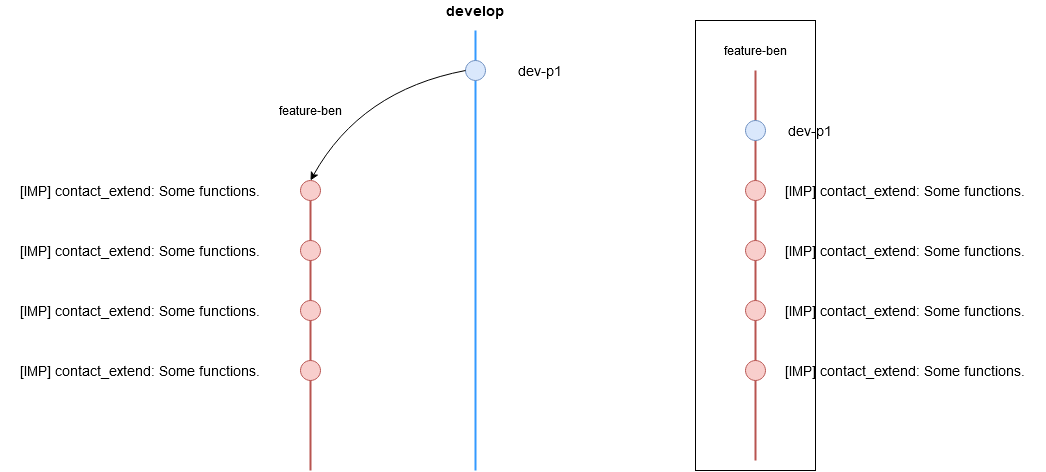
Before: gitBranchModel/createPersonalBranch.png, a diagram exported from draw.io (alreadytakenn/images). Source tidied: cells renumbered, new cells last; positions are measured from the earlier drawing's top-left corner, leaving out a move shared by most shapes.
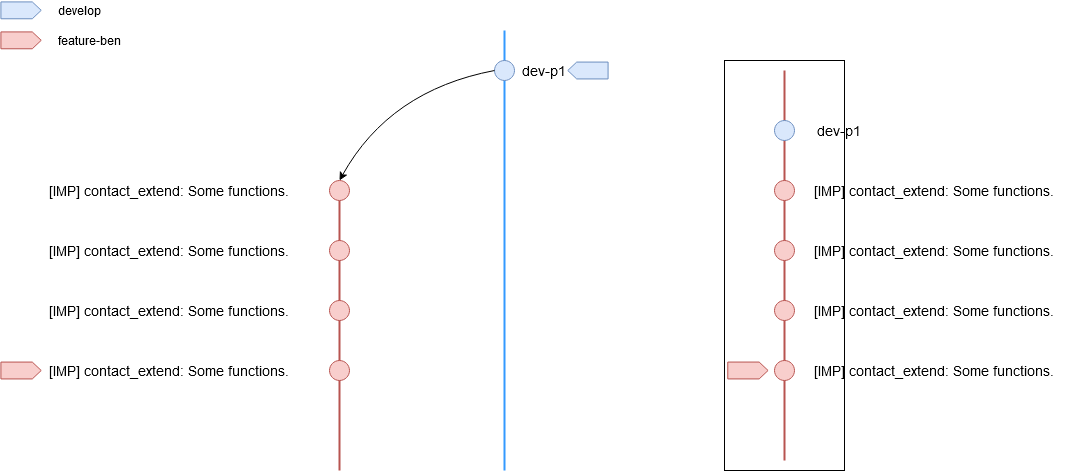
The same diagram one commit later.

What changed in the source:
```diff
@@ -3,7 +3,7 @@
     <mxCell id="0" style="html=1;" />
     <mxCell id="1" style="html=1;" parent="0" />
     <mxCell id="2" style="rounded=0;whiteSpace=wrap;html=1;fillColor=none;" parent="1" vertex="1">
-      <mxGeometry x="695" y="20" width="120" height="450" as="geometry" />
+      <mxGeometry x="695" y="60" width="120" height="410" as="geometry" />
     </mxCell>
     <mxCell id="3" style="line;strokeWidth=2;direction=south;html=1;strokeColor=#3399FF;" parent="1" vertex="1">
       <mxGeometry x="470" y="30" width="10" height="440" as="geometry" />
@@ -36,11 +36,8 @@
         </Array>
       </mxGeometry>
     </mxCell>
-    <mxCell id="12" value="&lt;div&gt;develop&lt;/div&gt;" style="text;html=1;strokeColor=none;fillColor=none;align=center;verticalAlign=middle;whiteSpace=wrap;rounded=0;fontStyle=1;fontSize=14;" parent="1" vertex="1">
-      <mxGeometry x="455" width="40" height="20" as="geometry" />
-    </mxCell>
     <mxCell id="13" value="dev-p1" style="text;html=1;strokeColor=none;fillColor=none;align=center;verticalAlign=middle;whiteSpace=wrap;rounded=0;fontSize=14;" parent="1" vertex="1">
-      <mxGeometry x="510" y="60" width="60" height="20" as="geometry" />
+      <mxGeometry x="485" y="60" width="60" height="20" as="geometry" />
     </mxCell>
     <mxCell id="14" value="[IMP] contact_extend: Some functions." style="text;html=1;strokeColor=none;fillColor=none;align=center;verticalAlign=middle;whiteSpace=wrap;rounded=0;fontSize=14;" parent="1" vertex="1">
       <mxGeometry y="180" width="280" height="20" as="geometry" />
@@ -54,9 +51,6 @@
     <mxCell id="17" value="[IMP] contact_extend: Some functions." style="text;html=1;strokeColor=none;fillColor=none;align=center;verticalAlign=middle;whiteSpace=wrap;rounded=0;fontSize=14;" parent="1" vertex="1">
       <mxGeometry y="360" width="280" height="20" as="geometry" />
     </mxCell>
-    <mxCell id="18" value="&lt;div&gt;feature-ben&lt;/div&gt;" style="text;html=1;strokeColor=none;fillColor=none;align=center;verticalAlign=middle;whiteSpace=wrap;rounded=0;" parent="1" vertex="1">
-      <mxGeometry x="265" y="100" width="90" height="20" as="geometry" />
-    </mxCell>
     <mxCell id="19" style="ellipse;whiteSpace=wrap;html=1;fillColor=#f8cecc;strokeColor=#b85450;" parent="1" vertex="1">
       <mxGeometry x="745" y="360" width="20" height="20" as="geometry" />
     </mxCell>
@@ -72,9 +66,6 @@
     <mxCell id="23" style="ellipse;whiteSpace=wrap;html=1;fillColor=#dae8fc;strokeColor=#6c8ebf;" parent="1" vertex="1">
       <mxGeometry x="745" y="120" width="20" height="20" as="geometry" />
     </mxCell>
-    <mxCell id="24" value="&lt;div&gt;feature-ben&lt;/div&gt;" style="text;html=1;strokeColor=none;fillColor=none;align=center;verticalAlign=middle;whiteSpace=wrap;rounded=0;" parent="1" vertex="1">
-      <mxGeometry x="710" y="40" width="90" height="20" as="geometry" />
-    </mxCell>
     <mxCell id="25" value="dev-p1" style="text;html=1;strokeColor=none;fillColor=none;align=center;verticalAlign=middle;whiteSpace=wrap;rounded=0;fontSize=14;" parent="1" vertex="1">
       <mxGeometry x="780" y="120" width="60" height="20" as="geometry" />
     </mxCell>
@@ -90,5 +81,26 @@
     <mxCell id="29" value="[IMP] contact_extend: Some functions." style="text;html=1;strokeColor=none;fillColor=none;align=center;verticalAlign=middle;whiteSpace=wrap;rounded=0;fontSize=14;" parent="1" vertex="1">
       <mxGeometry x="765" y="300" width="280" height="20" as="geometry" />
     </mxCell>
+    <mxCell id="30" style="shape=offPageConnector;whiteSpace=wrap;html=1;fillColor=#f8cecc;rotation=-90;size=0.22148571428571553;strokeColor=#b85450;" parent="1" vertex="1">
+      <mxGeometry x="-16.9" y="349.8" width="16.9" height="40.3" as="geometry" />
+    </mxCell>
+    <mxCell id="31" style="shape=offPageConnector;whiteSpace=wrap;html=1;fillColor=#dae8fc;rotation=90;size=0.22148571428571553;strokeColor=#6c8ebf;" parent="1" vertex="1">
+      <mxGeometry x="550" y="49.8" width="16.9" height="40.3" as="geometry" />
+    </mxCell>
+    <mxCell id="32" style="shape=offPageConnector;whiteSpace=wrap;html=1;fillColor=#f8cecc;rotation=-90;size=0.22148571428571553;strokeColor=#b85450;" parent="1" vertex="1">
+      <mxGeometry x="-16.9" y="19.7" width="16.9" height="40.3" as="geometry" />
+    </mxCell>
+    <mxCell id="33" style="shape=offPageConnector;whiteSpace=wrap;html=1;fillColor=#dae8fc;rotation=-90;size=0.22148571428571553;strokeColor=#6c8ebf;" parent="1" vertex="1">
+      <mxGeometry x="-16.9" y="-10.3" width="16.9" height="40.3" as="geometry" />
+    </mxCell>
+    <mxCell id="12" value="develop " style="text;html=1;strokeColor=none;fillColor=none;align=center;verticalAlign=middle;whiteSpace=wrap;rounded=0;" parent="1" vertex="1">
+      <mxGeometry x="30" width="40" height="20" as="geometry" />
+    </mxCell>
+    <mxCell id="34" value="feature-ben" style="text;html=1;strokeColor=none;fillColor=none;align=center;verticalAlign=middle;whiteSpace=wrap;rounded=0;" parent="1" vertex="1">
+      <mxGeometry x="20" y="29.8" width="80" height="20" as="geometry" />
+    </mxCell>
+    <mxCell id="35" style="shape=offPageConnector;whiteSpace=wrap;html=1;fillColor=#f8cecc;rotation=-90;size=0.22148571428571553;strokeColor=#b85450;" parent="1" vertex="1">
+      <mxGeometry x="710" y="349.8" width="16.9" height="40.3" as="geometry" />
+    </mxCell>
   </root>
 </mxGraphModel>
```
